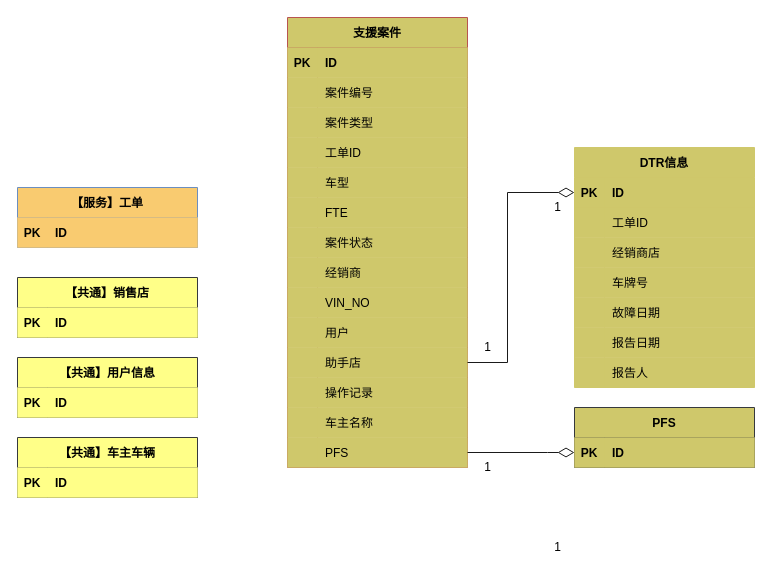
Earlier version of the draw.io diagram page "支援案件聚合根" (5 of 23) of images/支援案件时序图.drawio (1132489442/designer). Source tidied: cells renumbered, new cells numbered last; positions are measured from the earlier drawing's top-left corner, leaving out a move shared by most shapes. Both pictures are drawn from the tidied source at 100%, with x=0, y=0 at pixel (17, 17).
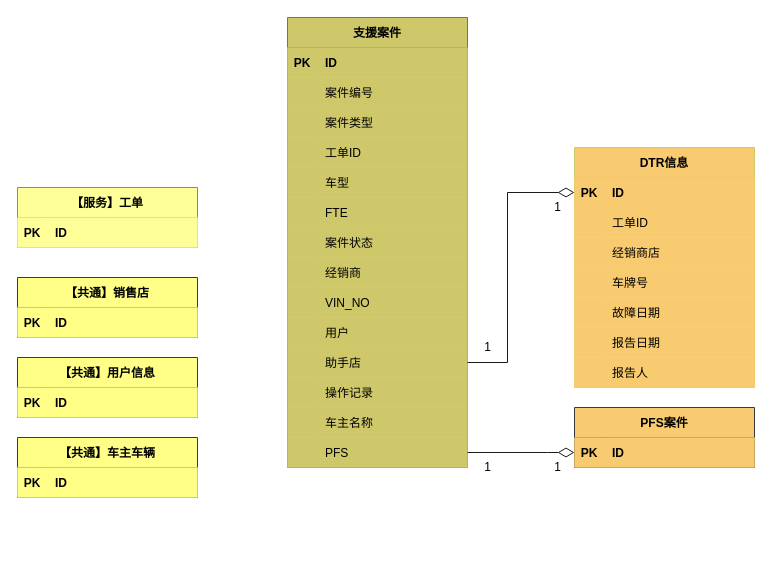
The same diagram, later.

The edit, as a diff of the source:
```diff
@@
-    <mxCell id="2" value="【服务】工单" style="shape=table;startSize=30;childLayout=tableLayout;rowLines=0;fontStyle=1;align=center;fillColor=#F9CB70;strokeColor=#6c8ebf;" parent="1" vertex="1">
+    <mxCell id="2" value="【服务】工单" style="shape=table;startSize=30;childLayout=tableLayout;rowLines=0;fontStyle=1;align=center;fillColor=#FFFF99;strokeColor=#6c8ebf;" parent="1" vertex="1">
       <mxGeometry y="170" width="180" height="60" as="geometry" />
     </mxCell>
-    <mxCell id="3" style="shape=partialRectangle;fillColor=#F9CB70;top=0;left=0;bottom=0;right=0;strokeColor=#6c8ebf;" parent="2" vertex="1">
+    <mxCell id="3" style="shape=partialRectangle;fillColor=#FFFF99;top=0;left=0;bottom=0;right=0;strokeColor=#6c8ebf;" parent="2" vertex="1">
       <mxGeometry y="30" width="180" height="30" as="geometry" />
     </mxCell>
-    <mxCell id="4" value="PK" style="shape=partialRectangle;fillColor=#F9CB70;top=0;left=0;bottom=0;right=0;overflow=hidden;strokeColor=#6c8ebf;fontStyle=1;" parent="3" vertex="1">
+    <mxCell id="4" value="PK" style="shape=partialRectangle;fillColor=#FFFF99;top=0;left=0;bottom=0;right=0;overflow=hidden;strokeColor=#6c8ebf;fontStyle=1;" parent="3" vertex="1">
       <mxGeometry width="30" height="30" as="geometry" />
     </mxCell>
-    <mxCell id="5" value="ID" style="shape=partialRectangle;fillColor=#F9CB70;top=0;left=0;bottom=0;right=0;align=left;spacingLeft=6;overflow=hidden;strokeColor=#6c8ebf;fontStyle=1;" parent="3" vertex="1">
+    <mxCell id="5" value="ID" style="shape=partialRectangle;fillColor=#FFFF99;top=0;left=0;bottom=0;right=0;align=left;spacingLeft=6;overflow=hidden;strokeColor=#6c8ebf;fontStyle=1;" parent="3" vertex="1">
       <mxGeometry x="30" width="150" height="30" as="geometry" />
     </mxCell>
@@
-    <mxCell id="61" value="PFS" style="shape=table;startSize=30;childLayout=tableLayout;rowLines=0;fontStyle=1;align=center;fillColor=#CFC86B;strokeColor=#36393d;swimlaneLine=1;shadow=0;labelBorderColor=none;labelBackgroundColor=none;" parent="1" vertex="1">
+    <mxCell id="61" value="PFS案件" style="shape=table;startSize=30;childLayout=tableLayout;rowLines=0;fontStyle=1;align=center;fillColor=#F9CB70;strokeColor=#36393d;swimlaneLine=1;shadow=0;labelBorderColor=none;labelBackgroundColor=none;" parent="1" vertex="1">
       <mxGeometry x="557" y="390" width="180" height="60" as="geometry" />
     </mxCell>
-    <mxCell id="62" style="shape=partialRectangle;fillColor=#CFC86B;top=0;left=0;bottom=0;right=0;points=[[0,0.5],[1,0.5]];portConstraint=eastwest;strokeColor=#36393d;swimlaneLine=1;shadow=0;labelBorderColor=none;labelBackgroundColor=none;" parent="61" vertex="1">
+    <mxCell id="62" style="shape=partialRectangle;fillColor=#F9CB70;top=0;left=0;bottom=0;right=0;points=[[0,0.5],[1,0.5]];portConstraint=eastwest;strokeColor=#36393d;swimlaneLine=1;shadow=0;labelBorderColor=none;labelBackgroundColor=none;" parent="61" vertex="1">
       <mxGeometry y="30" width="180" height="30" as="geometry" />
     </mxCell>
-    <mxCell id="63" value="PK" style="shape=partialRectangle;fillColor=#CFC86B;top=0;left=0;bottom=0;right=0;overflow=hidden;fontStyle=1;strokeColor=#36393d;swimlaneLine=1;shadow=0;labelBorderColor=none;labelBackgroundColor=none;" parent="62" vertex="1">
+    <mxCell id="63" value="PK" style="shape=partialRectangle;fillColor=#F9CB70;top=0;left=0;bottom=0;right=0;overflow=hidden;fontStyle=1;strokeColor=#36393d;swimlaneLine=1;shadow=0;labelBorderColor=none;labelBackgroundColor=none;" parent="62" vertex="1">
       <mxGeometry width="30" height="30" as="geometry" />
     </mxCell>
-    <mxCell id="64" value="ID" style="shape=partialRectangle;fillColor=#CFC86B;top=0;left=0;bottom=0;right=0;align=left;spacingLeft=6;overflow=hidden;fontStyle=1;strokeColor=#36393d;swimlaneLine=1;shadow=0;labelBorderColor=none;labelBackgroundColor=none;" parent="62" vertex="1">
+    <mxCell id="64" value="ID" style="shape=partialRectangle;fillColor=#F9CB70;top=0;left=0;bottom=0;right=0;align=left;spacingLeft=6;overflow=hidden;fontStyle=1;strokeColor=#36393d;swimlaneLine=1;shadow=0;labelBorderColor=none;labelBackgroundColor=none;" parent="62" vertex="1">
       <mxGeometry x="30" width="150" height="30" as="geometry" />
     </mxCell>
-    <mxCell id="65" value="DTR信息" style="shape=table;startSize=30;childLayout=tableLayout;rowLines=0;fontStyle=1;align=center;strokeColor=#CFC86B;fillColor=#CFC86B;spacingTop=0;perimeterSpacing=0;swimlaneLine=1;sketch=0;shadow=0;labelBorderColor=none;labelBackgroundColor=none;" parent="1" vertex="1">
+    <mxCell id="65" value="DTR信息" style="shape=table;startSize=30;childLayout=tableLayout;rowLines=0;fontStyle=1;align=center;strokeColor=#CFC86B;fillColor=#F9CB70;spacingTop=0;perimeterSpacing=0;swimlaneLine=1;sketch=0;shadow=0;labelBorderColor=none;labelBackgroundColor=none;" parent="1" vertex="1">
       <mxGeometry x="557" y="130" width="180" height="240" as="geometry" />
     </mxCell>
-    <mxCell id="66" style="shape=partialRectangle;fillColor=#CFC86B;top=0;left=0;bottom=1;right=0;points=[[0,0.5],[1,0.5]];portConstraint=eastwest;strokeColor=#CFC86B;spacingTop=0;fontStyle=0;perimeterSpacing=0;swimlaneLine=1;sketch=0;shadow=0;labelBorderColor=none;labelBackgroundColor=none;" parent="65" vertex="1">
+    <mxCell id="66" style="shape=partialRectangle;fillColor=#F9CB70;top=0;left=0;bottom=1;right=0;points=[[0,0.5],[1,0.5]];portConstraint=eastwest;strokeColor=#CFC86B;spacingTop=0;fontStyle=0;perimeterSpacing=0;swimlaneLine=1;sketch=0;shadow=0;labelBorderColor=none;labelBackgroundColor=none;" parent="65" vertex="1">
       <mxGeometry y="30" width="180" height="30" as="geometry" />
     </mxCell>
-    <mxCell id="67" value="PK" style="shape=partialRectangle;fillColor=#CFC86B;top=0;left=0;bottom=0;right=0;fontStyle=1;overflow=hidden;strokeColor=#CFC86B;spacingTop=0;perimeterSpacing=0;swimlaneLine=1;sketch=0;shadow=0;labelBorderColor=none;labelBackgroundColor=none;" parent="66" vertex="1">
+    <mxCell id="67" value="PK" style="shape=partialRectangle;fillColor=#F9CB70;top=0;left=0;bottom=0;right=0;fontStyle=1;overflow=hidden;strokeColor=#CFC86B;spacingTop=0;perimeterSpacing=0;swimlaneLine=1;sketch=0;shadow=0;labelBorderColor=none;labelBackgroundColor=none;" parent="66" vertex="1">
       <mxGeometry width="30" height="30" as="geometry" />
     </mxCell>
-    <mxCell id="68" value="ID" style="shape=partialRectangle;fillColor=#CFC86B;top=0;left=0;bottom=0;right=0;align=left;spacingLeft=6;fontStyle=1;overflow=hidden;strokeColor=#CFC86B;spacingTop=0;perimeterSpacing=0;swimlaneLine=1;sketch=0;shadow=0;labelBorderColor=none;labelBackgroundColor=none;" parent="66" vertex="1">
+    <mxCell id="68" value="ID" style="shape=partialRectangle;fillColor=#F9CB70;top=0;left=0;bottom=0;right=0;align=left;spacingLeft=6;fontStyle=1;overflow=hidden;strokeColor=#CFC86B;spacingTop=0;perimeterSpacing=0;swimlaneLine=1;sketch=0;shadow=0;labelBorderColor=none;labelBackgroundColor=none;" parent="66" vertex="1">
       <mxGeometry x="30" width="150" height="30" as="geometry" />
     </mxCell>
-    <mxCell id="69" style="shape=partialRectangle;fillColor=#CFC86B;top=0;left=0;bottom=0;right=0;strokeColor=#CFC86B;spacingTop=0;fontStyle=0;perimeterSpacing=0;swimlaneLine=1;sketch=0;shadow=0;labelBorderColor=none;labelBackgroundColor=none;" parent="65" vertex="1">
+    <mxCell id="69" style="shape=partialRectangle;fillColor=#F9CB70;top=0;left=0;bottom=0;right=0;strokeColor=#CFC86B;spacingTop=0;fontStyle=0;perimeterSpacing=0;swimlaneLine=1;sketch=0;shadow=0;labelBorderColor=none;labelBackgroundColor=none;" parent="65" vertex="1">
       <mxGeometry y="60" width="180" height="30" as="geometry" />
     </mxCell>
-    <mxCell id="70" style="shape=partialRectangle;fillColor=#CFC86B;top=0;left=0;bottom=0;right=0;overflow=hidden;strokeColor=#CFC86B;spacingTop=0;fontStyle=0;perimeterSpacing=0;swimlaneLine=1;sketch=0;shadow=0;labelBorderColor=none;labelBackgroundColor=none;" parent="69" vertex="1">
+    <mxCell id="70" style="shape=partialRectangle;fillColor=#F9CB70;top=0;left=0;bottom=0;right=0;overflow=hidden;strokeColor=#CFC86B;spacingTop=0;fontStyle=0;perimeterSpacing=0;swimlaneLine=1;sketch=0;shadow=0;labelBorderColor=none;labelBackgroundColor=none;" parent="69" vertex="1">
       <mxGeometry width="30" height="30" as="geometry" />
     </mxCell>
-    <mxCell id="71" value="工单ID                     " style="shape=partialRectangle;fillColor=#CFC86B;top=0;left=0;bottom=0;right=0;align=left;spacingLeft=6;overflow=hidden;strokeColor=#CFC86B;spacingTop=0;fontStyle=0;perimeterSpacing=0;swimlaneLine=1;sketch=0;shadow=0;labelBorderColor=none;labelBackgroundColor=none;" parent="69" vertex="1">
+    <mxCell id="71" value="工单ID                     " style="shape=partialRectangle;fillColor=#F9CB70;top=0;left=0;bottom=0;right=0;align=left;spacingLeft=6;overflow=hidden;strokeColor=#CFC86B;spacingTop=0;fontStyle=0;perimeterSpacing=0;swimlaneLine=1;sketch=0;shadow=0;labelBorderColor=none;labelBackgroundColor=none;" parent="69" vertex="1">
       <mxGeometry x="30" width="150" height="30" as="geometry" />
     </mxCell>
-    <mxCell id="72" style="shape=partialRectangle;fillColor=#CFC86B;top=0;left=0;bottom=0;right=0;strokeColor=#CFC86B;spacingTop=0;fontStyle=0;perimeterSpacing=0;swimlaneLine=1;sketch=0;shadow=0;labelBorderColor=none;labelBackgroundColor=none;" parent="65" vertex="1">
+    <mxCell id="72" style="shape=partialRectangle;fillColor=#F9CB70;top=0;left=0;bottom=0;right=0;strokeColor=#CFC86B;spacingTop=0;fontStyle=0;perimeterSpacing=0;swimlaneLine=1;sketch=0;shadow=0;labelBorderColor=none;labelBackgroundColor=none;" parent="65" vertex="1">
       <mxGeometry y="90" width="180" height="30" as="geometry" />
     </mxCell>
-    <mxCell id="73" style="shape=partialRectangle;fillColor=#CFC86B;top=0;left=0;bottom=0;right=0;overflow=hidden;strokeColor=#CFC86B;spacingTop=0;fontStyle=0;perimeterSpacing=0;swimlaneLine=1;sketch=0;shadow=0;labelBorderColor=none;labelBackgroundColor=none;" parent="72" vertex="1">
+    <mxCell id="73" style="shape=partialRectangle;fillColor=#F9CB70;top=0;left=0;bottom=0;right=0;overflow=hidden;strokeColor=#CFC86B;spacingTop=0;fontStyle=0;perimeterSpacing=0;swimlaneLine=1;sketch=0;shadow=0;labelBorderColor=none;labelBackgroundColor=none;" parent="72" vertex="1">
       <mxGeometry width="30" height="30" as="geometry" />
     </mxCell>
-    <mxCell id="74" value="经销商店" style="shape=partialRectangle;fillColor=#CFC86B;top=0;left=0;bottom=0;right=0;align=left;spacingLeft=6;overflow=hidden;strokeColor=#CFC86B;spacingTop=0;fontStyle=0;perimeterSpacing=0;swimlaneLine=1;sketch=0;shadow=0;labelBorderColor=none;labelBackgroundColor=none;" parent="72" vertex="1">
+    <mxCell id="74" value="经销商店" style="shape=partialRectangle;fillColor=#F9CB70;top=0;left=0;bottom=0;right=0;align=left;spacingLeft=6;overflow=hidden;strokeColor=#CFC86B;spacingTop=0;fontStyle=0;perimeterSpacing=0;swimlaneLine=1;sketch=0;shadow=0;labelBorderColor=none;labelBackgroundColor=none;" parent="72" vertex="1">
       <mxGeometry x="30" width="150" height="30" as="geometry" />
     </mxCell>
-    <mxCell id="75" style="shape=partialRectangle;fillColor=#CFC86B;top=0;left=0;bottom=0;right=0;strokeColor=#CFC86B;spacingTop=0;fontStyle=0;perimeterSpacing=0;swimlaneLine=1;sketch=0;shadow=0;labelBorderColor=none;labelBackgroundColor=none;" parent="65" vertex="1">
+    <mxCell id="75" style="shape=partialRectangle;fillColor=#F9CB70;top=0;left=0;bottom=0;right=0;strokeColor=#CFC86B;spacingTop=0;fontStyle=0;perimeterSpacing=0;swimlaneLine=1;sketch=0;shadow=0;labelBorderColor=none;labelBackgroundColor=none;" parent="65" vertex="1">
       <mxGeometry y="120" width="180" height="30" as="geometry" />
     </mxCell>
-    <mxCell id="76" style="shape=partialRectangle;fillColor=#CFC86B;top=0;left=0;bottom=0;right=0;overflow=hidden;strokeColor=#CFC86B;spacingTop=0;fontStyle=0;perimeterSpacing=0;swimlaneLine=1;sketch=0;shadow=0;labelBorderColor=none;labelBackgroundColor=none;" parent="75" vertex="1">
+    <mxCell id="76" style="shape=partialRectangle;fillColor=#F9CB70;top=0;left=0;bottom=0;right=0;overflow=hidden;strokeColor=#CFC86B;spacingTop=0;fontStyle=0;perimeterSpacing=0;swimlaneLine=1;sketch=0;shadow=0;labelBorderColor=none;labelBackgroundColor=none;" parent="75" vertex="1">
       <mxGeometry width="30" height="30" as="geometry" />
     </mxCell>
-    <mxCell id="77" value="车牌号" style="shape=partialRectangle;fillColor=#CFC86B;top=0;left=0;bottom=0;right=0;align=left;spacingLeft=6;overflow=hidden;strokeColor=#CFC86B;spacingTop=0;fontStyle=0;perimeterSpacing=0;swimlaneLine=1;sketch=0;shadow=0;labelBorderColor=none;labelBackgroundColor=none;" parent="75" vertex="1">
+    <mxCell id="77" value="车牌号" style="shape=partialRectangle;fillColor=#F9CB70;top=0;left=0;bottom=0;right=0;align=left;spacingLeft=6;overflow=hidden;strokeColor=#CFC86B;spacingTop=0;fontStyle=0;perimeterSpacing=0;swimlaneLine=1;sketch=0;shadow=0;labelBorderColor=none;labelBackgroundColor=none;" parent="75" vertex="1">
       <mxGeometry x="30" width="150" height="30" as="geometry" />
     </mxCell>
-    <mxCell id="78" style="shape=partialRectangle;fillColor=#CFC86B;top=0;left=0;bottom=0;right=0;strokeColor=#CFC86B;spacingTop=0;fontStyle=0;perimeterSpacing=0;swimlaneLine=1;sketch=0;shadow=0;labelBorderColor=none;labelBackgroundColor=none;" parent="65" vertex="1">
+    <mxCell id="78" style="shape=partialRectangle;fillColor=#F9CB70;top=0;left=0;bottom=0;right=0;strokeColor=#CFC86B;spacingTop=0;fontStyle=0;perimeterSpacing=0;swimlaneLine=1;sketch=0;shadow=0;labelBorderColor=none;labelBackgroundColor=none;" parent="65" vertex="1">
       <mxGeometry y="150" width="180" height="30" as="geometry" />
     </mxCell>
-    <mxCell id="79" style="shape=partialRectangle;fillColor=#CFC86B;top=0;left=0;bottom=0;right=0;overflow=hidden;strokeColor=#CFC86B;spacingTop=0;fontStyle=0;perimeterSpacing=0;swimlaneLine=1;sketch=0;shadow=0;labelBorderColor=none;labelBackgroundColor=none;" parent="78" vertex="1">
+    <mxCell id="79" style="shape=partialRectangle;fillColor=#F9CB70;top=0;left=0;bottom=0;right=0;overflow=hidden;strokeColor=#CFC86B;spacingTop=0;fontStyle=0;perimeterSpacing=0;swimlaneLine=1;sketch=0;shadow=0;labelBorderColor=none;labelBackgroundColor=none;" parent="78" vertex="1">
       <mxGeometry width="30" height="30" as="geometry" />
     </mxCell>
-    <mxCell id="80" value="故障日期" style="shape=partialRectangle;fillColor=#CFC86B;top=0;left=0;bottom=0;right=0;align=left;spacingLeft=6;overflow=hidden;strokeColor=#CFC86B;spacingTop=0;fontStyle=0;perimeterSpacing=0;swimlaneLine=1;sketch=0;shadow=0;labelBorderColor=none;labelBackgroundColor=none;" parent="78" vertex="1">
+    <mxCell id="80" value="故障日期" style="shape=partialRectangle;fillColor=#F9CB70;top=0;left=0;bottom=0;right=0;align=left;spacingLeft=6;overflow=hidden;strokeColor=#CFC86B;spacingTop=0;fontStyle=0;perimeterSpacing=0;swimlaneLine=1;sketch=0;shadow=0;labelBorderColor=none;labelBackgroundColor=none;" parent="78" vertex="1">
       <mxGeometry x="30" width="150" height="30" as="geometry" />
     </mxCell>
-    <mxCell id="81" style="shape=partialRectangle;fillColor=#CFC86B;top=0;left=0;bottom=0;right=0;strokeColor=#CFC86B;spacingTop=0;fontStyle=0;perimeterSpacing=0;swimlaneLine=1;sketch=0;shadow=0;labelBorderColor=none;labelBackgroundColor=none;" parent="65" vertex="1">
+    <mxCell id="81" style="shape=partialRectangle;fillColor=#F9CB70;top=0;left=0;bottom=0;right=0;strokeColor=#CFC86B;spacingTop=0;fontStyle=0;perimeterSpacing=0;swimlaneLine=1;sketch=0;shadow=0;labelBorderColor=none;labelBackgroundColor=none;" parent="65" vertex="1">
       <mxGeometry y="180" width="180" height="30" as="geometry" />
     </mxCell>
-    <mxCell id="82" style="shape=partialRectangle;fillColor=#CFC86B;top=0;left=0;bottom=0;right=0;overflow=hidden;strokeColor=#CFC86B;spacingTop=0;fontStyle=0;perimeterSpacing=0;swimlaneLine=1;sketch=0;shadow=0;labelBorderColor=none;labelBackgroundColor=none;" parent="81" vertex="1">
+    <mxCell id="82" style="shape=partialRectangle;fillColor=#F9CB70;top=0;left=0;bottom=0;right=0;overflow=hidden;strokeColor=#CFC86B;spacingTop=0;fontStyle=0;perimeterSpacing=0;swimlaneLine=1;sketch=0;shadow=0;labelBorderColor=none;labelBackgroundColor=none;" parent="81" vertex="1">
       <mxGeometry width="30" height="30" as="geometry" />
     </mxCell>
-    <mxCell id="83" value="报告日期" style="shape=partialRectangle;fillColor=#CFC86B;top=0;left=0;bottom=0;right=0;align=left;spacingLeft=6;overflow=hidden;strokeColor=#CFC86B;spacingTop=0;fontStyle=0;perimeterSpacing=0;swimlaneLine=1;sketch=0;shadow=0;labelBorderColor=none;labelBackgroundColor=none;" parent="81" vertex="1">
+    <mxCell id="83" value="报告日期" style="shape=partialRectangle;fillColor=#F9CB70;top=0;left=0;bottom=0;right=0;align=left;spacingLeft=6;overflow=hidden;strokeColor=#CFC86B;spacingTop=0;fontStyle=0;perimeterSpacing=0;swimlaneLine=1;sketch=0;shadow=0;labelBorderColor=none;labelBackgroundColor=none;" parent="81" vertex="1">
       <mxGeometry x="30" width="150" height="30" as="geometry" />
     </mxCell>
-    <mxCell id="84" style="shape=partialRectangle;fillColor=#CFC86B;top=0;left=0;bottom=0;right=0;strokeColor=#CFC86B;spacingTop=0;fontStyle=0;perimeterSpacing=0;swimlaneLine=1;sketch=0;shadow=0;labelBorderColor=none;labelBackgroundColor=none;" parent="65" vertex="1">
+    <mxCell id="84" style="shape=partialRectangle;fillColor=#F9CB70;top=0;left=0;bottom=0;right=0;strokeColor=#CFC86B;spacingTop=0;fontStyle=0;perimeterSpacing=0;swimlaneLine=1;sketch=0;shadow=0;labelBorderColor=none;labelBackgroundColor=none;" parent="65" vertex="1">
       <mxGeometry y="210" width="180" height="30" as="geometry" />
     </mxCell>
-    <mxCell id="85" style="shape=partialRectangle;fillColor=#CFC86B;top=0;left=0;bottom=0;right=0;overflow=hidden;strokeColor=#CFC86B;spacingTop=0;fontStyle=0;perimeterSpacing=0;swimlaneLine=1;sketch=0;shadow=0;labelBorderColor=none;labelBackgroundColor=none;" parent="84" vertex="1">
+    <mxCell id="85" style="shape=partialRectangle;fillColor=#F9CB70;top=0;left=0;bottom=0;right=0;overflow=hidden;strokeColor=#CFC86B;spacingTop=0;fontStyle=0;perimeterSpacing=0;swimlaneLine=1;sketch=0;shadow=0;labelBorderColor=none;labelBackgroundColor=none;" parent="84" vertex="1">
       <mxGeometry width="30" height="30" as="geometry" />
     </mxCell>
-    <mxCell id="86" value="报告人" style="shape=partialRectangle;fillColor=#CFC86B;top=0;left=0;bottom=0;right=0;align=left;spacingLeft=6;overflow=hidden;strokeColor=#CFC86B;spacingTop=0;fontStyle=0;perimeterSpacing=0;swimlaneLine=1;sketch=0;shadow=0;labelBorderColor=none;labelBackgroundColor=none;" parent="84" vertex="1">
+    <mxCell id="86" value="报告人" style="shape=partialRectangle;fillColor=#F9CB70;top=0;left=0;bottom=0;right=0;align=left;spacingLeft=6;overflow=hidden;strokeColor=#CFC86B;spacingTop=0;fontStyle=0;perimeterSpacing=0;swimlaneLine=1;sketch=0;shadow=0;labelBorderColor=none;labelBackgroundColor=none;" parent="84" vertex="1">
       <mxGeometry x="30" width="150" height="30" as="geometry" />
     </mxCell>
@@
     <mxCell id="90" value="1" style="text;html=1;align=center;verticalAlign=middle;strokeColor=none;fillColor=none;" parent="1" vertex="1">
-      <mxGeometry x="530" y="520" width="20" height="20" as="geometry" />
+      <mxGeometry x="530" y="440" width="20" height="20" as="geometry" />
     </mxCell>
```
